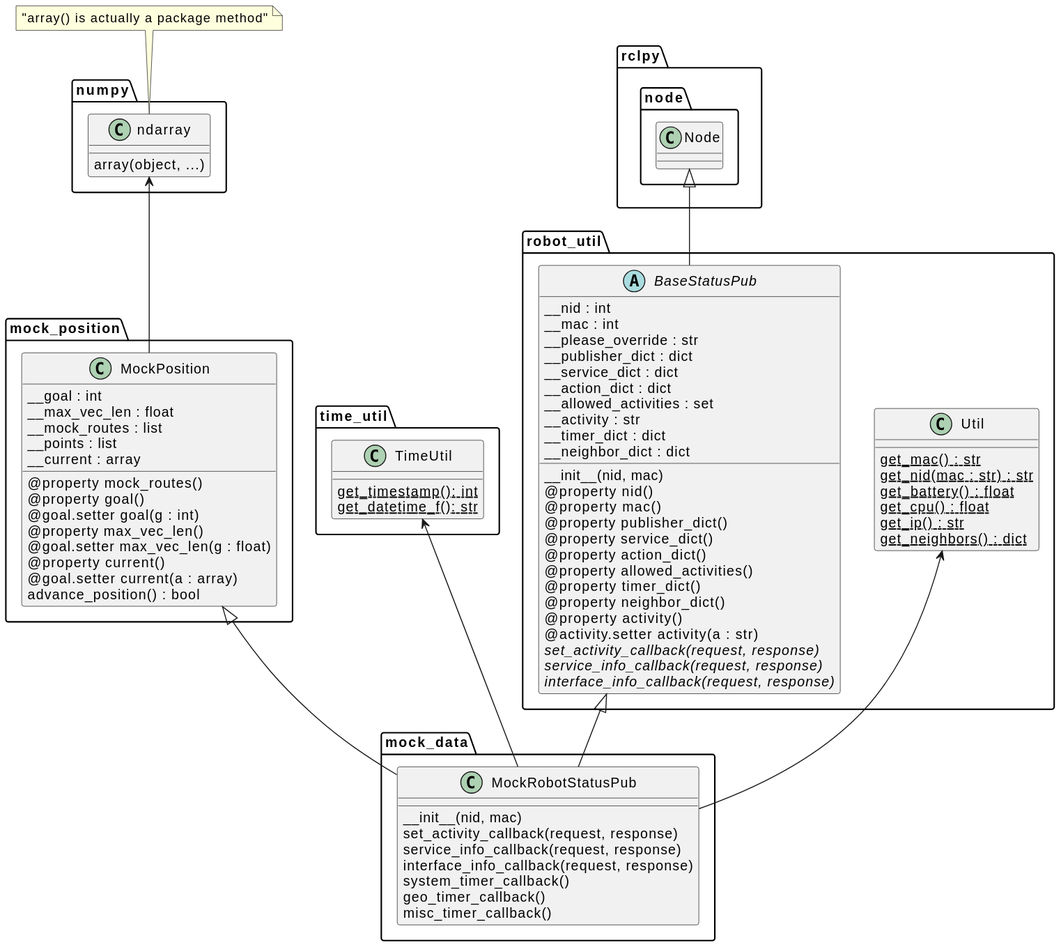
Before: Dokumentation/Diagramme_intern/mock_robot_class diagram.svg, a diagram exported from PlantUML (Nilssteingraeber/SolarSwarmNetworks). The source it was exported from:
```plantuml
@startuml
package "rclpy.node" {
  class Node
}

package "time_util" {
  class TimeUtil {
    {static} get_timestamp(): int
    {static} get_datetime_f(): str
  }
}

package "robot_util" {
  abstract class BaseStatusPub {
  __init__(nid, mac)
  __nid : int
  __mac : int
  __please_override : str
  __publisher_dict : dict
  __service_dict : dict
  __action_dict : dict
  __allowed_activities : set
  __activity : str
  __timer_dict : dict
  __neighbor_dict : dict

  @property nid()
  @property mac()
  @property publisher_dict()
  @property service_dict()
  @property action_dict()
  @property allowed_activities()
  @property timer_dict()
  @property neighbor_dict()
  @property activity()
  @activity.setter activity(a : str)
  {abstract} set_activity_callback(request, response)
  {abstract} service_info_callback(request, response)
  {abstract} interface_info_callback(request, response)
  }

  class Util {
    {static} get_mac() : str
    {static} get_nid(mac : str) : str
    {static} get_battery() : float
    {static} get_cpu() : float
    {static} get_ip() : str
    {static} get_neighbors() : dict
  }
}

package "mock_data" {
  class MockRobotStatusPub {
    __init__(nid, mac)
    set_activity_callback(request, response)
    service_info_callback(request, response)
    interface_info_callback(request, response)
    system_timer_callback()
    geo_timer_callback()
    misc_timer_callback()
  }
}

package "mock_position" {
  class MockPosition {
    __goal : int
    __max_vec_len : float
    __mock_routes : list
    __points : list
    __current : array

    @property mock_routes()
    @property goal()
    @goal.setter goal(g : int)
    @property max_vec_len()
    @goal.setter max_vec_len(g : float)
    @property current()
    @goal.setter current(a : array)
    advance_position() : bool
  }
}

package "numpy" {
  class ndarray {
    array(object, ...)
  }
}
note top of ndarray : "array() is actually a package method"

Node <|-- BaseStatusPub
BaseStatusPub <|-- MockRobotStatusPub
Util <-- MockRobotStatusPub
MockPosition <|-- MockRobotStatusPub
TimeUtil <-- MockRobotStatusPub
ndarray <-- MockPosition
@enduml
```
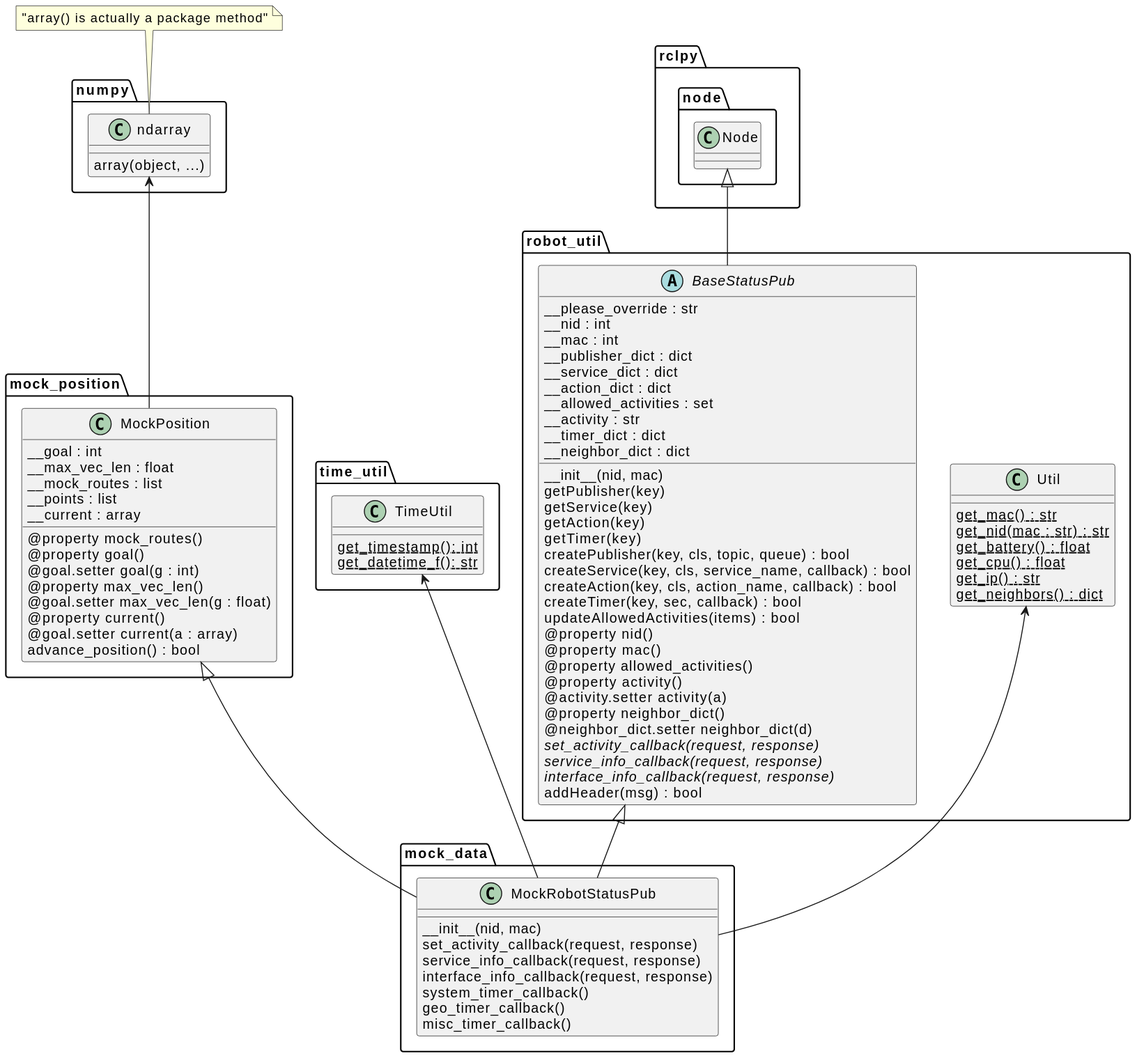
The same file after the commit.

What changed in the source:
```diff
@@ -12,31 +12,38 @@
 
 package "robot_util" {
   abstract class BaseStatusPub {
-  __init__(nid, mac)
-  __nid : int
-  __mac : int
-  __please_override : str
-  __publisher_dict : dict
-  __service_dict : dict
-  __action_dict : dict
-  __allowed_activities : set
-  __activity : str
-  __timer_dict : dict
-  __neighbor_dict : dict
+    __please_override : str
+    __nid : int
+    __mac : int
+    __publisher_dict : dict
+    __service_dict : dict
+    __action_dict : dict
+    __allowed_activities : set
+    __activity : str
+    __timer_dict : dict
+    __neighbor_dict : dict
 
-  @property nid()
-  @property mac()
-  @property publisher_dict()
-  @property service_dict()
-  @property action_dict()
-  @property allowed_activities()
-  @property timer_dict()
-  @property neighbor_dict()
-  @property activity()
-  @activity.setter activity(a : str)
-  {abstract} set_activity_callback(request, response)
-  {abstract} service_info_callback(request, response)
-  {abstract} interface_info_callback(request, response)
+    __init__(nid, mac)
+    getPublisher(key)
+    getService(key)
+    getAction(key)
+    getTimer(key)
+    createPublisher(key, cls, topic, queue) : bool
+    createService(key, cls, service_name, callback) : bool
+    createAction(key, cls, action_name, callback) : bool
+    createTimer(key, sec, callback) : bool
+    updateAllowedActivities(items) : bool
+    @property nid()
+    @property mac()
+    @property allowed_activities()
+    @property activity()
+    @activity.setter activity(a)
+    @property neighbor_dict()
+    @neighbor_dict.setter neighbor_dict(d)
+    {abstract} set_activity_callback(request, response)
+    {abstract} service_info_callback(request, response)
+    {abstract} interface_info_callback(request, response)
+    addHeader(msg) : bool
   }
 
   class Util {
```
